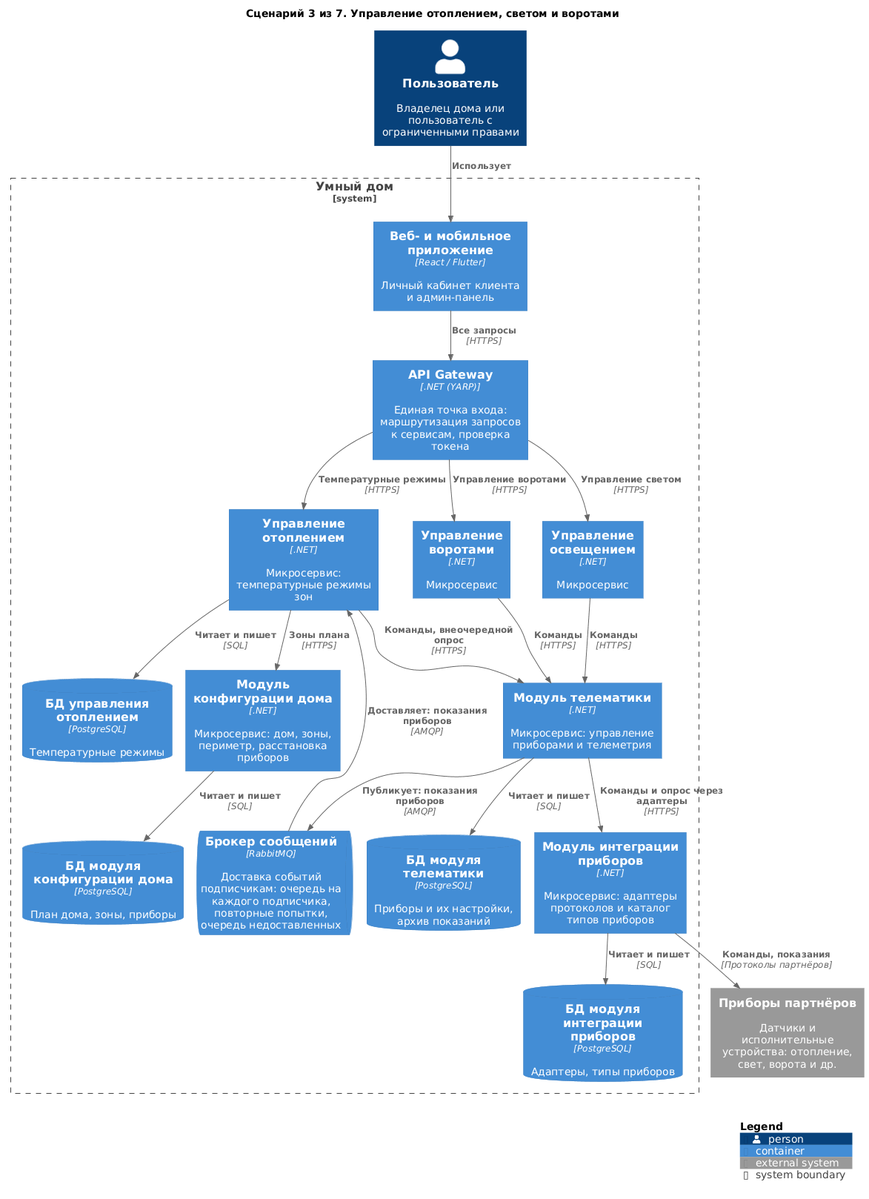
Earlier version of the PlantUML export diagrams/containers-scenarios/03-device-control.png (Lyamin-av/architecture-warmhouse). Its diagram source:
```plantuml
@startuml 03-device-control
!include <C4/C4_Container>

title Сценарий 3 из 7. Управление отоплением, светом и воротами

Person(user, "Пользователь", "Владелец дома или пользователь с ограниченными правами")

System_Boundary(Warmhouse, "Умный дом") {
    Container(apps, "Веб- и мобильное приложение", "React / Flutter", "Личный кабинет клиента и админ-панель")
    Container(Gateway, "API Gateway", ".NET (YARP)", "Единая точка входа: маршрутизация запросов к сервисам, проверка токена")
    Container(Heating, "Управление отоплением", ".NET", "Микросервис: температурные режимы зон")
    Container(Lighting, "Управление освещением", ".NET", "Микросервис")
    Container(GateControl, "Управление воротами", ".NET", "Микросервис")
    Container(HouseConfigurator, "Модуль конфигурации дома", ".NET", "Микросервис: дом, зоны, периметр, расстановка приборов")
    Container(Telematics, "Модуль телематики", ".NET", "Микросервис: управление приборами и телеметрия")
    Container(DeviceIntegration, "Модуль интеграции приборов", ".NET", "Микросервис: адаптеры протоколов и каталог типов приборов")
    ContainerQueue(Broker, "Брокер сообщений", "RabbitMQ", "Доставка событий подписчикам: очередь на каждого подписчика, повторные попытки, очередь недоставленных")
    ContainerDb(dbHeating, "БД управления отоплением", "PostgreSQL", "Температурные режимы")
    ContainerDb(dbTelematics, "БД модуля телематики", "PostgreSQL", "Приборы и их настройки, архив показаний")
    ContainerDb(dbDIS, "БД модуля интеграции приборов", "PostgreSQL", "Адаптеры, типы приборов")
    ContainerDb(dbHC, "БД модуля конфигурации дома", "PostgreSQL", "План дома, зоны, приборы")
}

System_Ext(devices, "Приборы партнёров", "Датчики и исполнительные устройства: отопление, свет, ворота и др.")

Rel(user, apps, "Использует")
Rel(apps, Gateway, "Все запросы", "HTTPS")
Rel(Gateway, Heating, "Температурные режимы", "HTTPS")
Rel(Gateway, Lighting, "Управление светом", "HTTPS")
Rel(Gateway, GateControl, "Управление воротами", "HTTPS")
Rel(Heating, HouseConfigurator, "Зоны плана", "HTTPS")
Rel(Heating, Telematics, "Команды, внеочередной опрос", "HTTPS")
Rel(Telematics, Broker, "Публикует: показания приборов", "AMQP")
Rel(Broker, Heating, "Доставляет: показания приборов", "AMQP")
Rel(Lighting, Telematics, "Команды", "HTTPS")
Rel(GateControl, Telematics, "Команды", "HTTPS")
Rel(Telematics, DeviceIntegration, "Команды и опрос через адаптеры", "HTTPS")
Rel(DeviceIntegration, devices, "Команды, показания", "Протоколы партнёров")

Rel(Heating, dbHeating, "Читает и пишет", "SQL")
Rel(Telematics, dbTelematics, "Читает и пишет", "SQL")
Rel(DeviceIntegration, dbDIS, "Читает и пишет", "SQL")
Rel(HouseConfigurator, dbHC, "Читает и пишет", "SQL")

SHOW_LEGEND()
@enduml
```
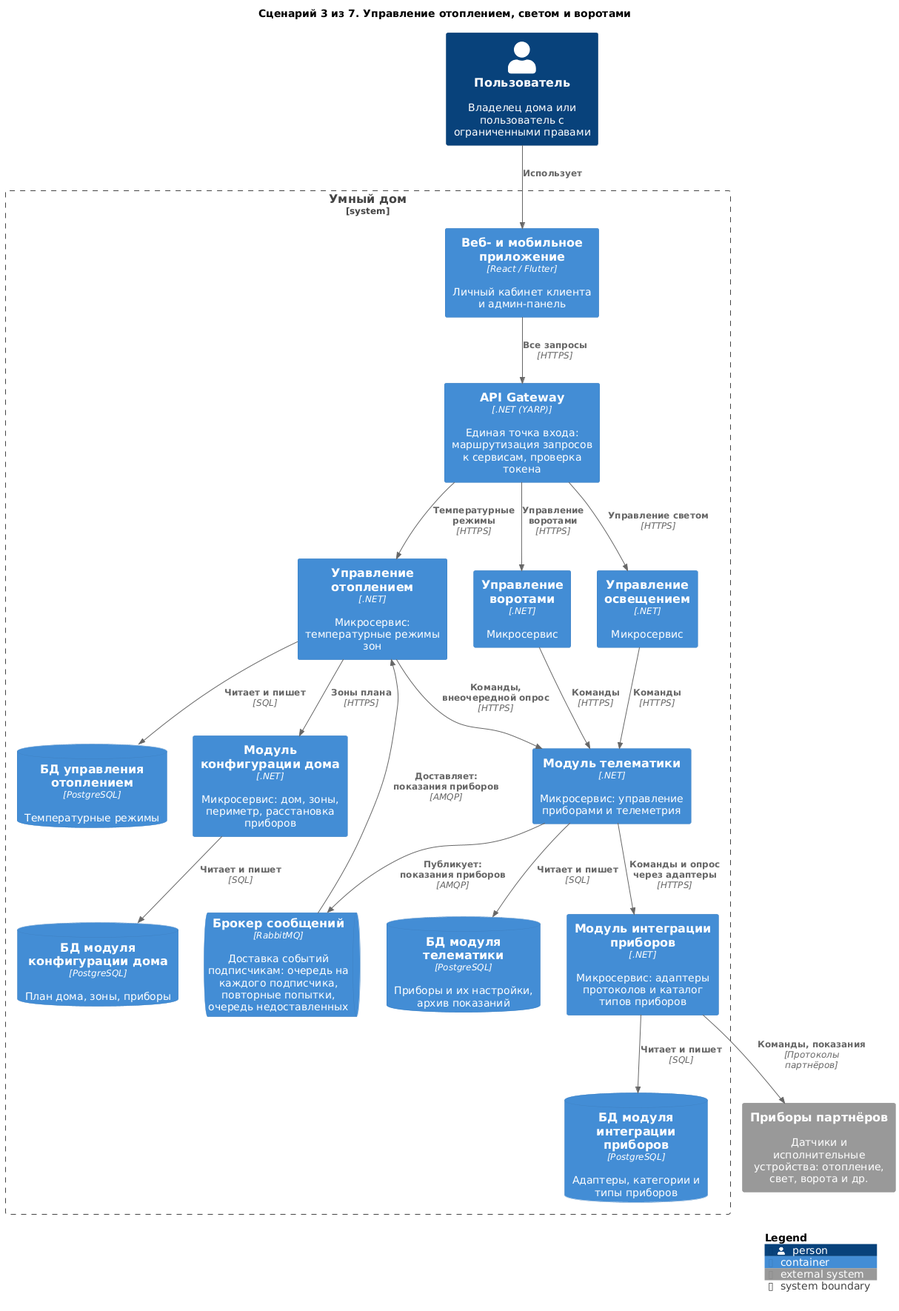
After the commit.

The edit, as a diff of the source:
```diff
@@ -17,7 +17,7 @@
     ContainerQueue(Broker, "Брокер сообщений", "RabbitMQ", "Доставка событий подписчикам: очередь на каждого подписчика, повторные попытки, очередь недоставленных")
     ContainerDb(dbHeating, "БД управления отоплением", "PostgreSQL", "Температурные режимы")
     ContainerDb(dbTelematics, "БД модуля телематики", "PostgreSQL", "Приборы и их настройки, архив показаний")
-    ContainerDb(dbDIS, "БД модуля интеграции приборов", "PostgreSQL", "Адаптеры, типы приборов")
+    ContainerDb(dbDIS, "БД модуля интеграции приборов", "PostgreSQL", "Адаптеры, категории и типы приборов")
     ContainerDb(dbHC, "БД модуля конфигурации дома", "PostgreSQL", "План дома, зоны, приборы")
 }
 
```
